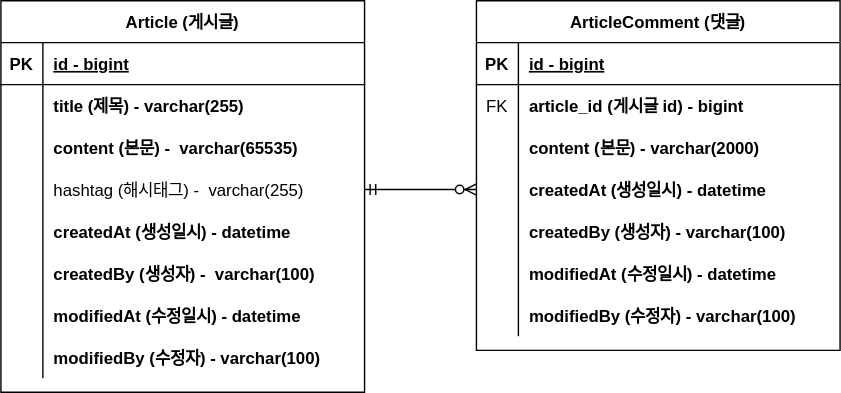
ParkJaeyun94/fastcampus_project_board keeps this draw.io diagram as document/project-board-erd.svg. Above is the earlier version. Source tidied: cells renumbered, new cells last; positions are measured from the earlier drawing's top-left corner, leaving out a move shared by most shapes.
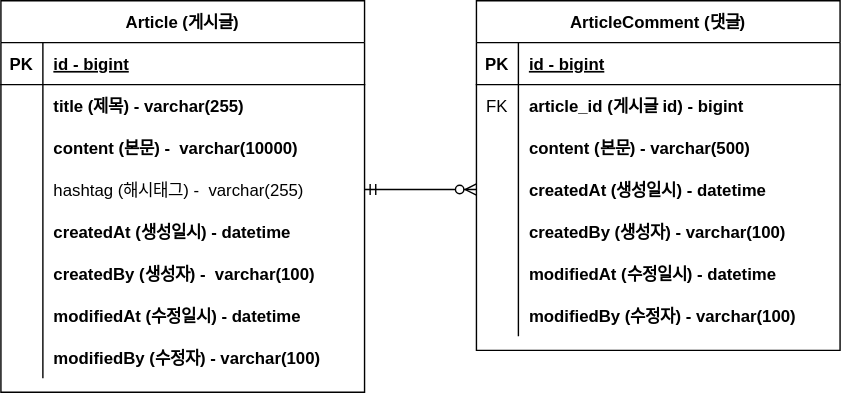
After the commit.

Commit message:
#10 - ERD 업데이트: content 사이즈 변경

What changed in the source:
```diff
@@ -29,7 +29,7 @@
     <mxCell id="10" style="shape=partialRectangle;overflow=hidden;fillColor=none;top=0;left=0;bottom=0;right=0;" parent="9" vertex="1">
       <mxGeometry width="30" height="30" as="geometry" />
     </mxCell>
-    <mxCell id="11" value="content (본문) -  varchar(65535)" style="shape=partialRectangle;overflow=hidden;fillColor=none;top=0;left=0;bottom=0;right=0;align=left;spacingLeft=6;fontStyle=1;" parent="9" vertex="1">
+    <mxCell id="11" value="content (본문) -  varchar(10000)" style="shape=partialRectangle;overflow=hidden;fillColor=none;top=0;left=0;bottom=0;right=0;align=left;spacingLeft=6;fontStyle=1;" parent="9" vertex="1">
       <mxGeometry x="30" width="230" height="30" as="geometry" />
     </mxCell>
     <mxCell id="12" style="shape=partialRectangle;fillColor=none;points=[[0,0.5],[1,0.5]];portConstraint=eastwest;top=0;left=0;right=0;bottom=0;" parent="2" vertex="1">
@@ -104,7 +104,7 @@
     <mxCell id="35" style="shape=partialRectangle;overflow=hidden;fillColor=none;top=0;left=0;bottom=0;right=0;" parent="34" vertex="1">
       <mxGeometry width="30" height="30" as="geometry" />
     </mxCell>
-    <mxCell id="36" value="content (본문) - varchar(2000)" style="shape=partialRectangle;overflow=hidden;fillColor=none;top=0;left=0;bottom=0;right=0;align=left;spacingLeft=6;fontStyle=1;" parent="34" vertex="1">
+    <mxCell id="36" value="content (본문) - varchar(500)" style="shape=partialRectangle;overflow=hidden;fillColor=none;top=0;left=0;bottom=0;right=0;align=left;spacingLeft=6;fontStyle=1;" parent="34" vertex="1">
       <mxGeometry x="30" width="230" height="30" as="geometry" />
     </mxCell>
     <mxCell id="37" style="shape=partialRectangle;fillColor=none;points=[[0,0.5],[1,0.5]];portConstraint=eastwest;top=0;left=0;right=0;bottom=0;" parent="27" vertex="1">
```
